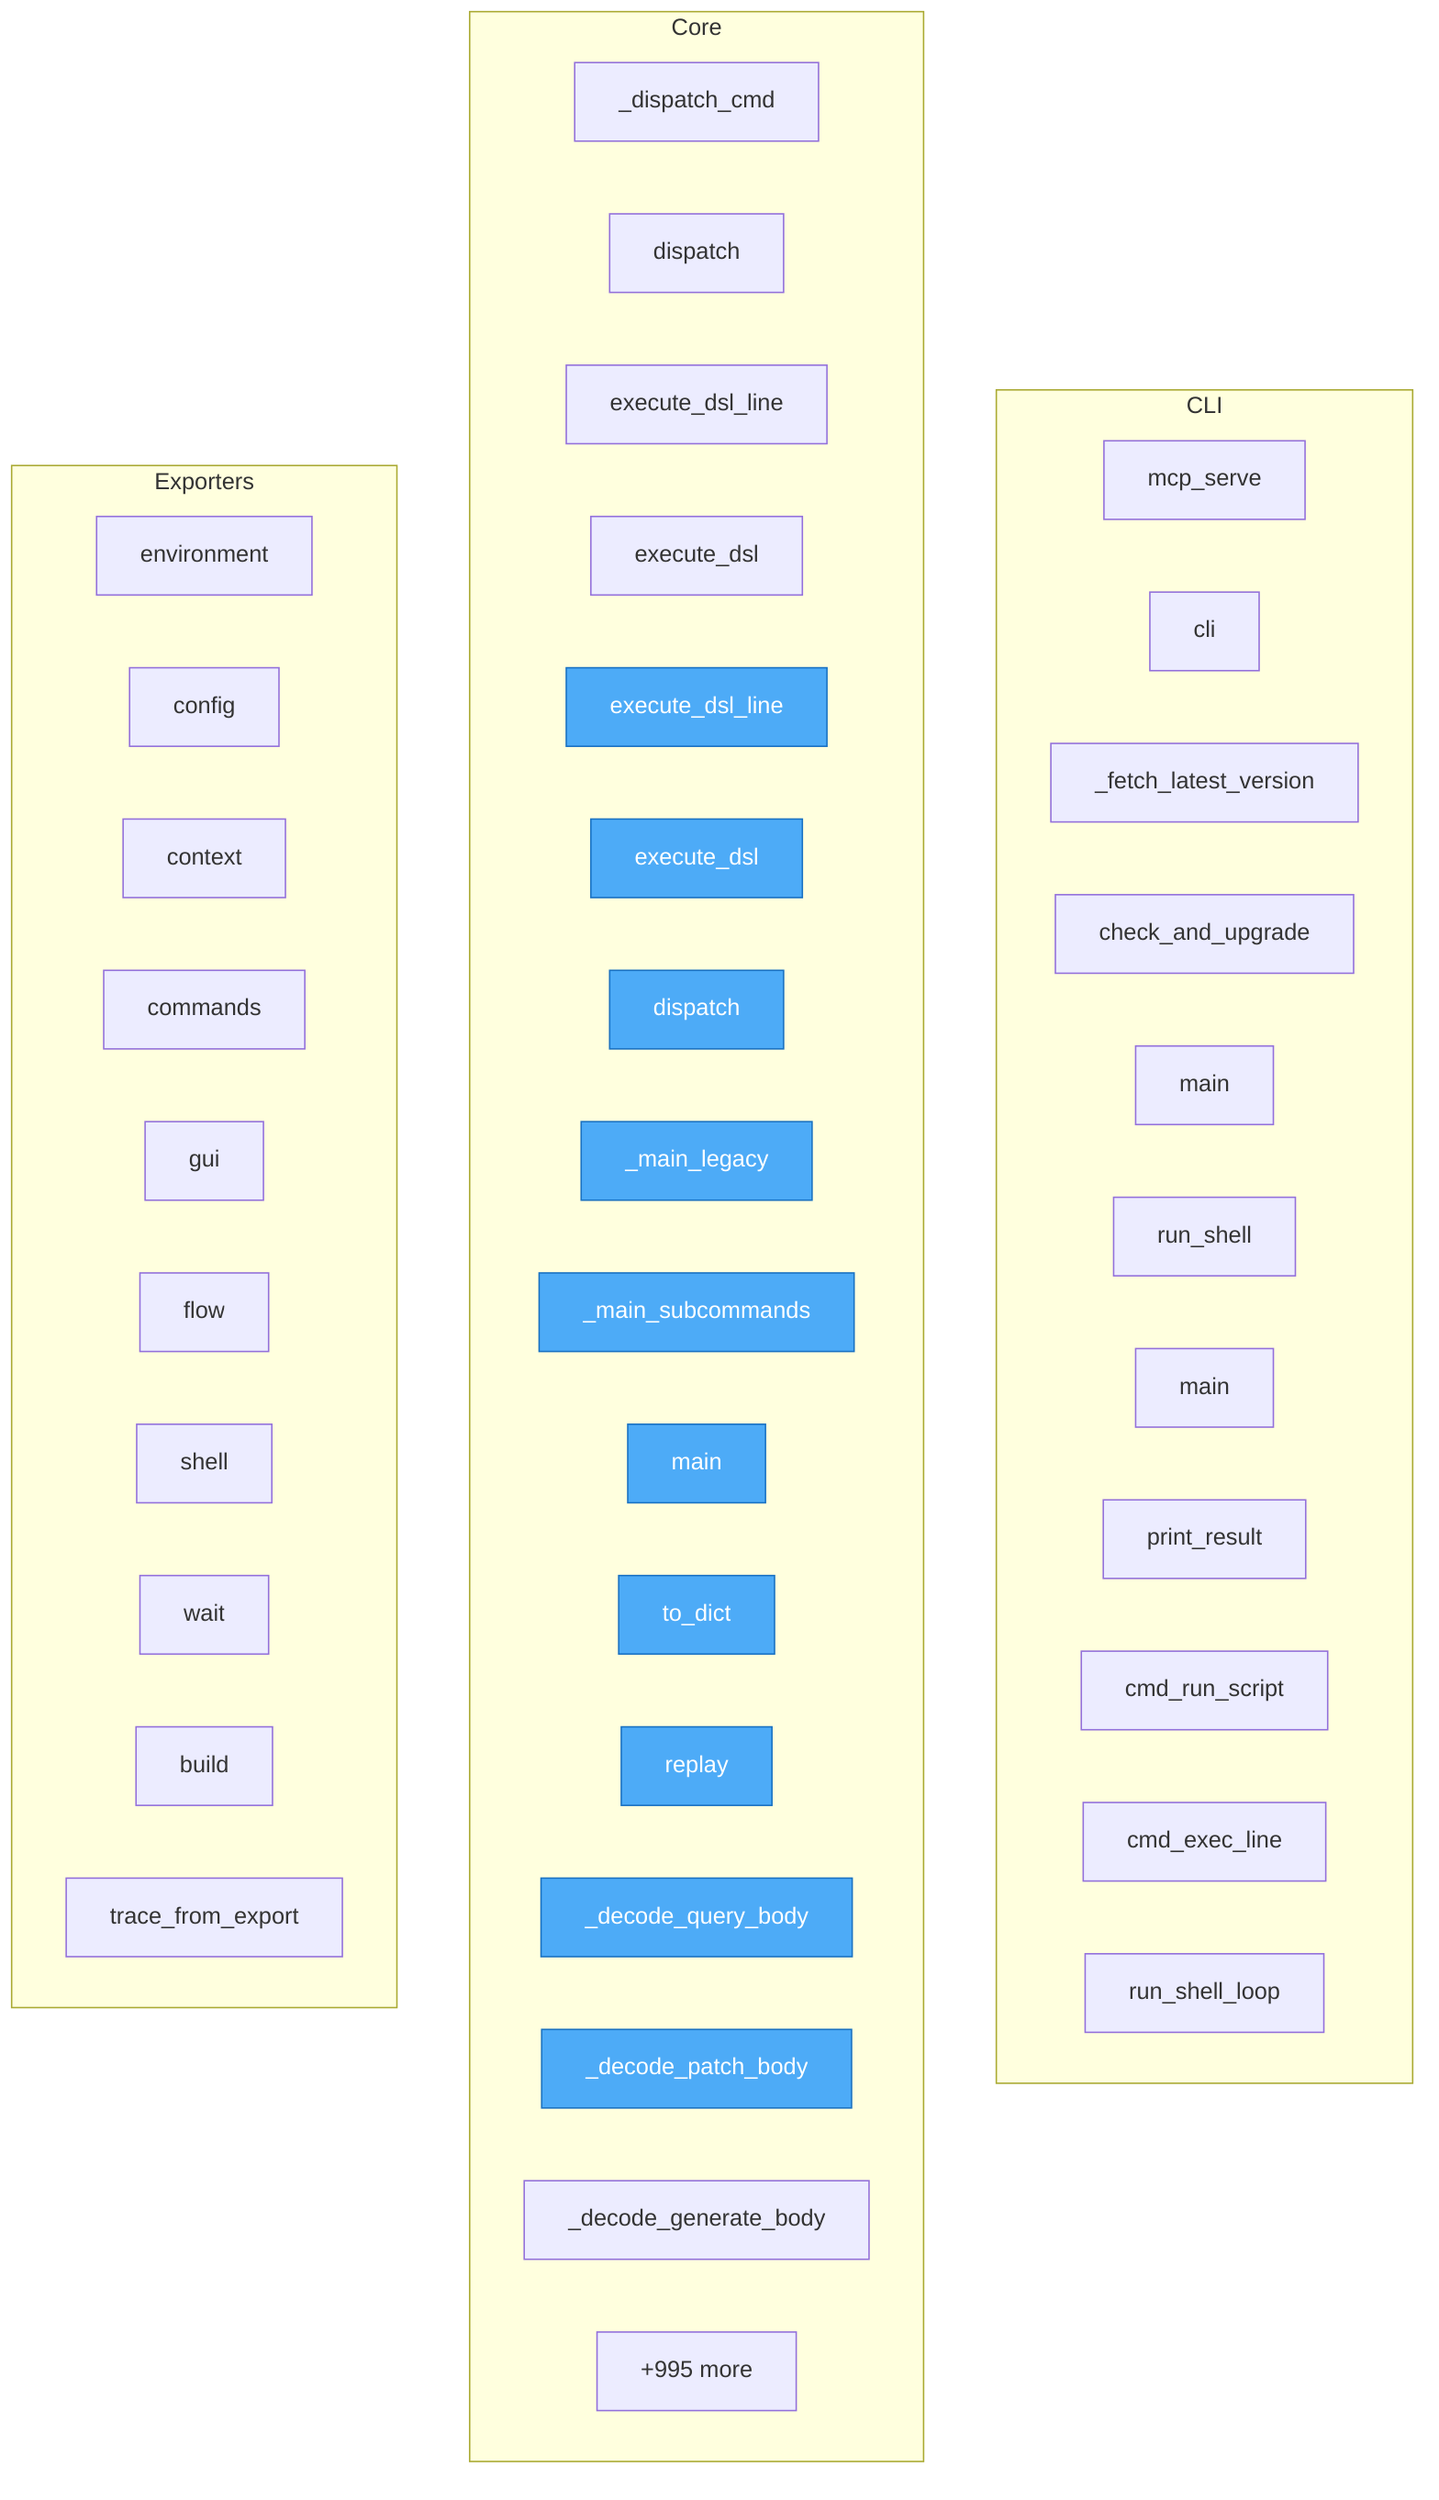
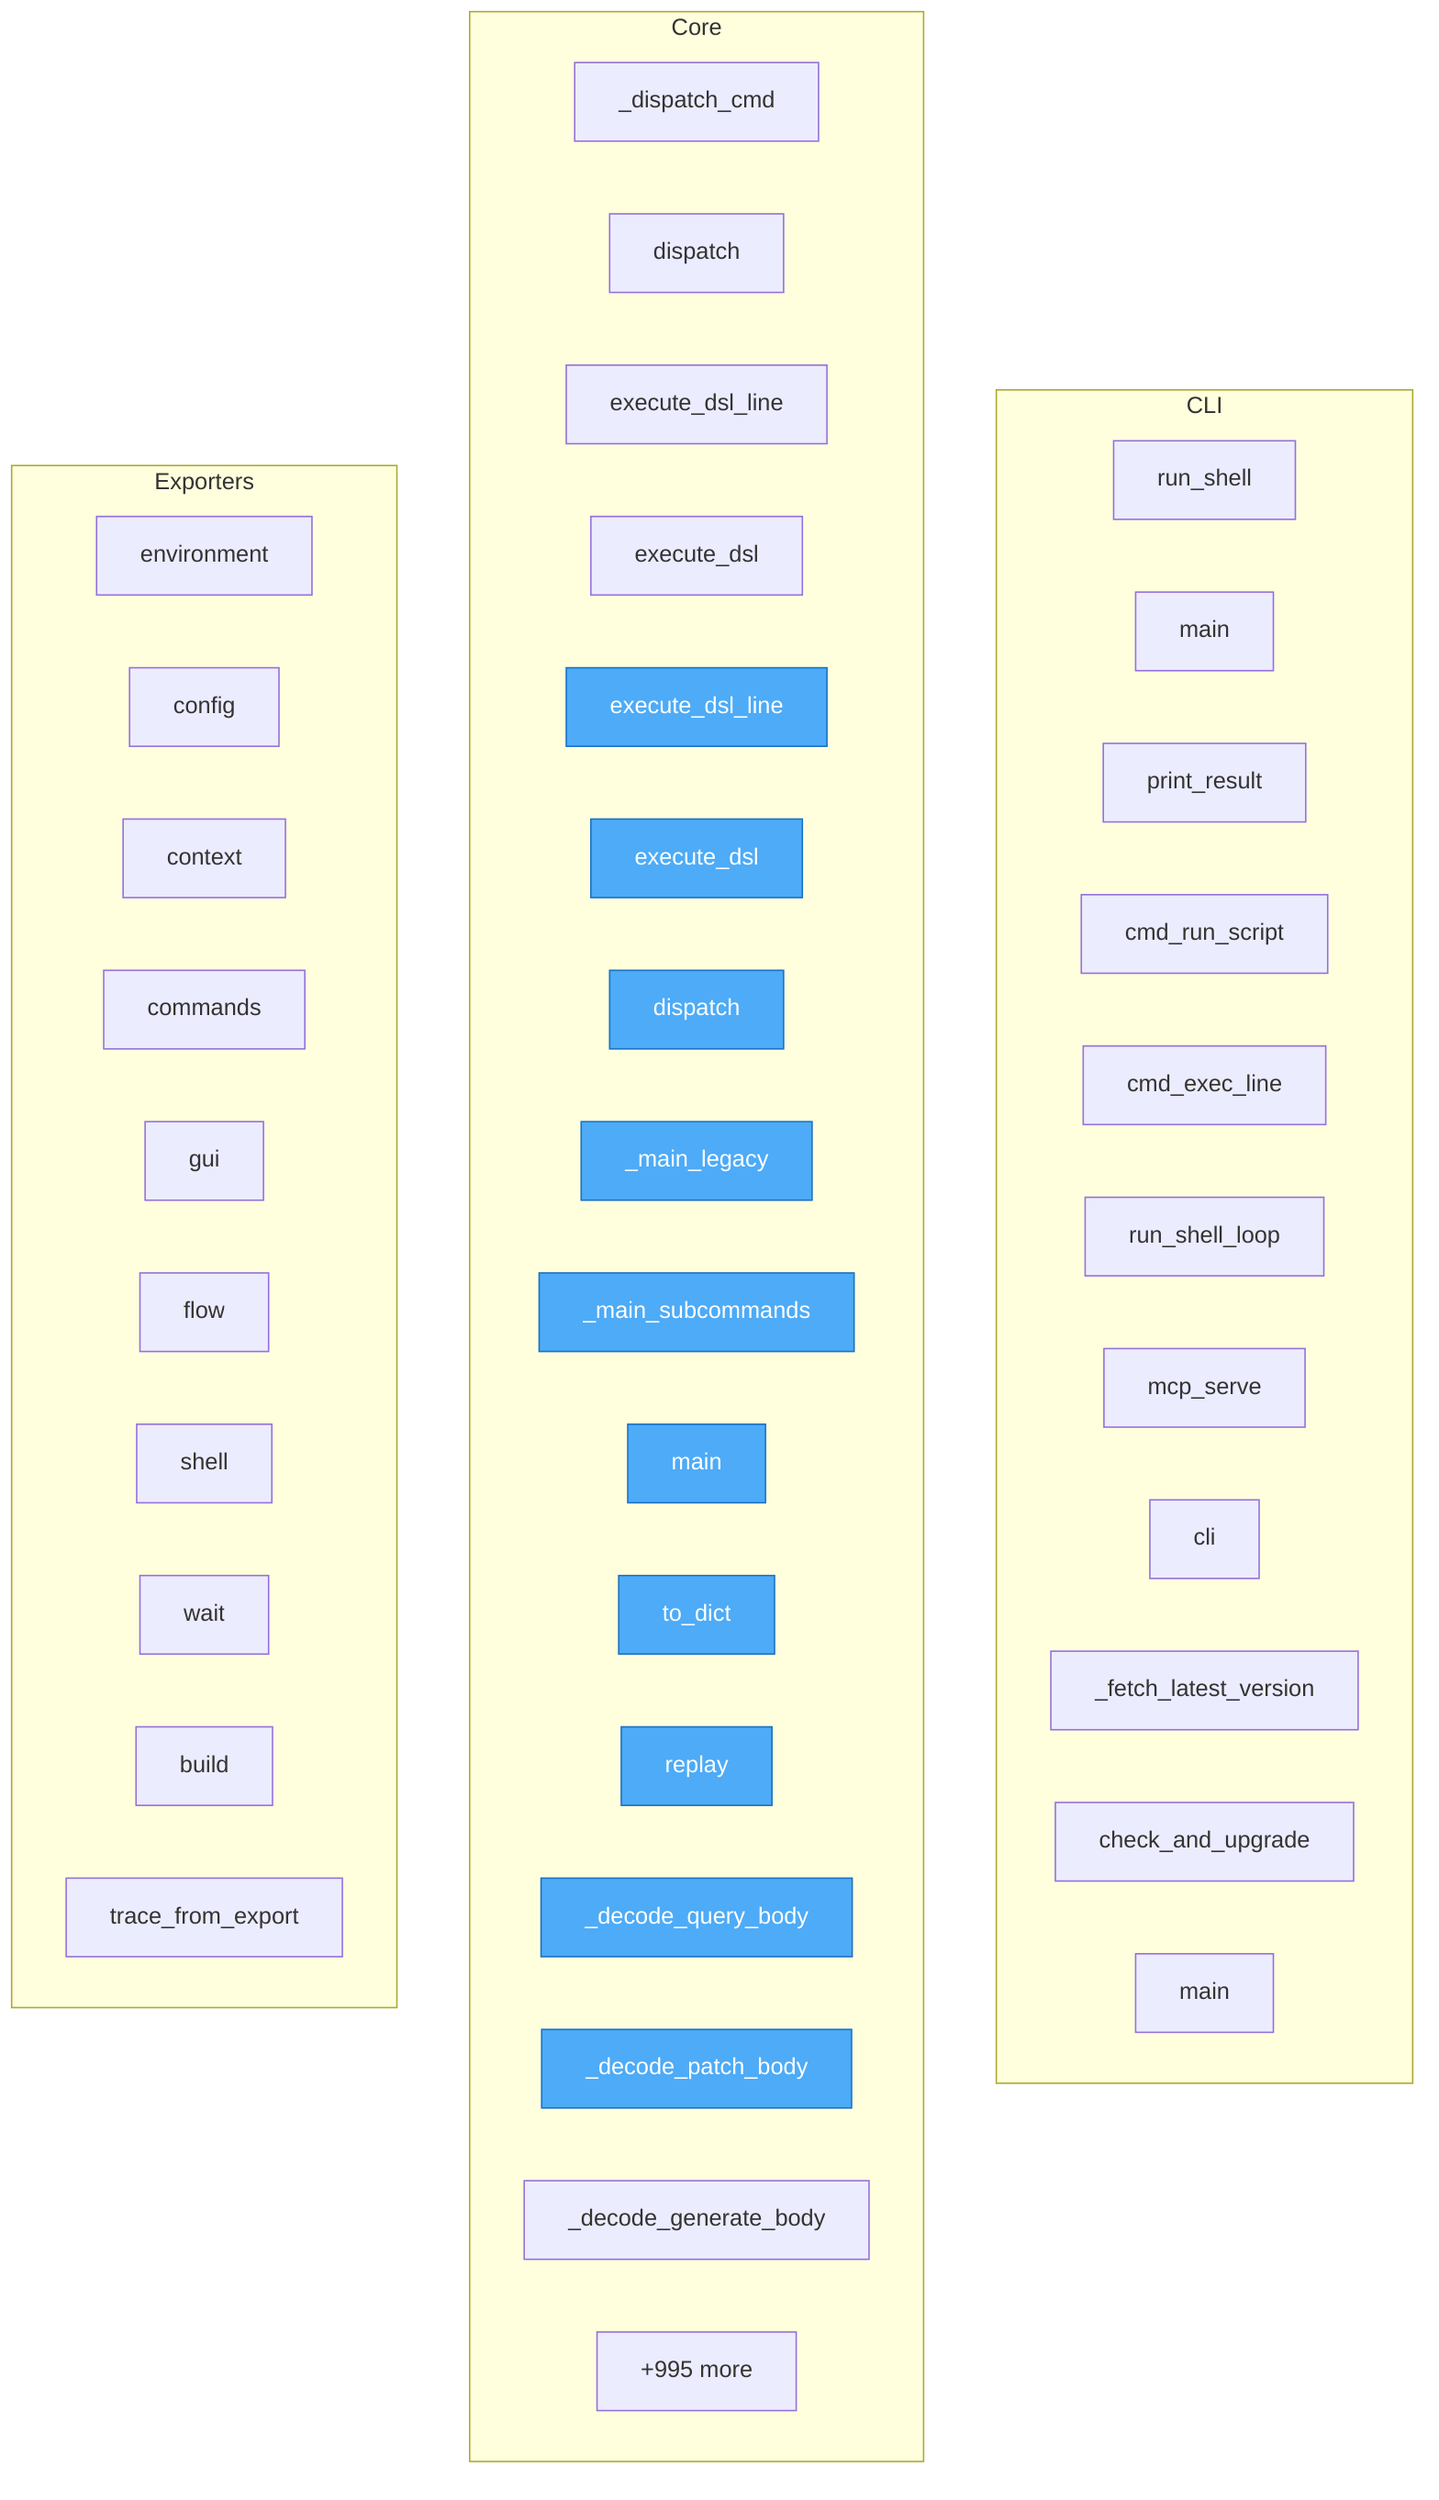
flowchart TD
- %% generated in 0.06s
+ %% generated in 0.04s

    %% Entry points (blue)
    classDef entry fill:#4dabf7,stroke:#1971c2,color:#fff

    subgraph CLI
-         testql__cli__mcp_serve["mcp_serve"]
-         testql__cli__cli["cli"]
-         testql__cli___fetch_latest_version["_fetch_latest_version"]
-         testql__cli__check_and_upgrade["check_and_upgrade"]
-         testql__cli__main["main"]
        packages__cli2testql__src__cli2testql__cli__run_shell["run_shell"]
        packages__cli2testql__src__cli2testql__cli__main["main"]
        packages__cli2testql__src__cli2testql__cli_handlers__print_result["print_result"]
        packages__cli2testql__src__cli2testql__cli_handlers__cmd_run_script["cmd_run_script"]
        packages__cli2testql__src__cli2testql__cli_handlers__cmd_exec_line["cmd_exec_line"]
        packages__cli2testql__src__cli2testql__cli_handlers__run_shell_loop["run_shell_loop"]
+         testql__cli__mcp_serve["mcp_serve"]
+         testql__cli__cli["cli"]
+         testql__cli___fetch_latest_version["_fetch_latest_version"]
+         testql__cli__check_and_upgrade["check_and_upgrade"]
+         testql__cli__main["main"]
    end

    subgraph Core
        packages__dsl2testql__src__dsl2testql__bus___dispatch_cmd["_dispatch_cmd"]
        packages__dsl2testql__src__dsl2testql__bus__dispatch["dispatch"]
        packages__dsl2testql__src__dsl2testql__bus__execute_dsl_line["execute_dsl_line"]
        packages__dsl2testql__src__dsl2testql__bus__execute_dsl["execute_dsl"]
        packages__dsl2testql__src__dsl2testql__engine__execute_dsl_line["execute_dsl_line"]
        packages__dsl2testql__src__dsl2testql__engine__execute_dsl["execute_dsl"]
        packages__dsl2testql__src__dsl2testql__engine__dispatch["dispatch"]
        packages__dsl2testql__src__dsl2testql__cli___main_legacy["_main_legacy"]
        packages__dsl2testql__src__dsl2testql__cli___main_subcommands["_main_subcommands"]
        packages__dsl2testql__src__dsl2testql__cli__main["main"]
        packages__dsl2testql__src__dsl2testql__events__DslEvent__to_dict["to_dict"]
        packages__dsl2testql__src__dsl2testql__events__EventStore__replay["replay"]
        packages__dsl2testql__src__dsl2testql__pb_codec___decode_query_body["_decode_query_body"]
        packages__dsl2testql__src__dsl2testql__pb_codec___decode_patch_body["_decode_patch_body"]
        packages__dsl2testql__src__dsl2testql__pb_codec___decode_generate_body["_decode_generate_body"]
        ...["+995 more"]
    end

    subgraph Exporters
        testql__export__scenario_builder__ScenarioBuilder__environment["environment"]
        testql__export__scenario_builder__ScenarioBuilder__config["config"]
        testql__export__scenario_builder__ScenarioBuilder__context["context"]
        testql__export__scenario_builder__ScenarioBuilder__commands["commands"]
        testql__export__scenario_builder__ScenarioBuilder__gui["gui"]
        testql__export__scenario_builder__ScenarioBuilder__flow["flow"]
        testql__export__scenario_builder__ScenarioBuilder__shell["shell"]
        testql__export__scenario_builder__ScenarioBuilder__wait["wait"]
        testql__export__scenario_builder__ScenarioBuilder__build["build"]
        testql__generators__conversation_generator__trace_from_export["trace_from_export"]
    end

    class packages__dsl2testql__src__dsl2testql__engine__execute_dsl_line,packages__dsl2testql__src__dsl2testql__engine__execute_dsl,packages__dsl2testql__src__dsl2testql__engine__dispatch,packages__dsl2testql__src__dsl2testql__cli___main_legacy,packages__dsl2testql__src__dsl2testql__cli___main_subcommands,packages__dsl2testql__src__dsl2testql__cli__main,packages__dsl2testql__src__dsl2testql__events__DslEvent__to_dict,packages__dsl2testql__src__dsl2testql__events__EventStore__replay,packages__dsl2testql__src__dsl2testql__pb_codec___decode_query_body,packages__dsl2testql__src__dsl2testql__pb_codec___decode_patch_body entry
